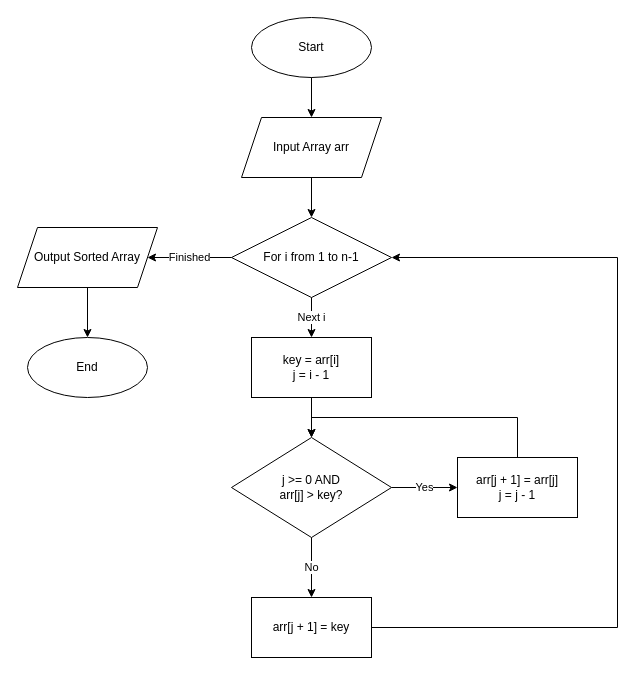
Above: drawio/InsertionSort.drawio in ustmd/sortylize (draw.io), before the change. Source tidied: cells renumbered, new cells numbered last; positions are measured from the earlier drawing's top-left corner, leaving out a move shared by most shapes. Both pictures are drawn from the tidied source at 100%, with x=0, y=0 at pixel (17, 17).
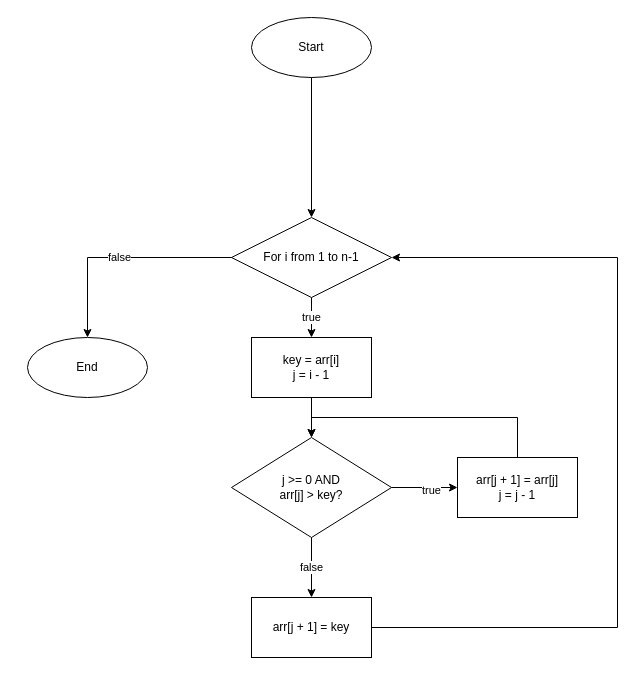
Above is the later version.

Unchanged cells that the change refers to:
```xml
<mxCell id="2" value="Start" style="ellipse;whiteSpace=wrap;html=1;" parent="1" vertex="1">
  <mxGeometry x="234" width="120" height="60" as="geometry" />
</mxCell>
<mxCell id="4" value="For i from 1 to n-1" style="rhombus;whiteSpace=wrap;html=1;" parent="1" vertex="1">
  <mxGeometry x="214" y="200" width="160" height="80" as="geometry" />
</mxCell>
<mxCell id="5" value="key = arr[i]&lt;br&gt;j = i - 1" style="rounded=0;whiteSpace=wrap;html=1;" parent="1" vertex="1">
  <mxGeometry x="234" y="320" width="120" height="60" as="geometry" />
</mxCell>
<mxCell id="6" value="j &gt;= 0 AND&lt;br&gt;arr[j] &gt; key?" style="rhombus;whiteSpace=wrap;html=1;" parent="1" vertex="1">
  <mxGeometry x="214" y="420" width="160" height="100" as="geometry" />
</mxCell>
<mxCell id="7" value="arr[j + 1] = arr[j]&lt;br&gt;j = j - 1" style="rounded=0;whiteSpace=wrap;html=1;" parent="1" vertex="1">
  <mxGeometry x="440" y="440" width="120" height="60" as="geometry" />
</mxCell>
<mxCell id="8" value="arr[j + 1] = key" style="rounded=0;whiteSpace=wrap;html=1;" parent="1" vertex="1">
  <mxGeometry x="234" y="580" width="120" height="60" as="geometry" />
</mxCell>
<mxCell id="10" value="End" style="ellipse;whiteSpace=wrap;html=1;" parent="1" vertex="1">
  <mxGeometry x="10" y="320" width="120" height="60" as="geometry" />
</mxCell>
```

What changed in the source:
```diff
@@
-    <mxCell id="3" value="Input Array arr" style="shape=parallelogram;perimeter=parallelogramPerimeter;whiteSpace=wrap;html=1;fixedSize=1;" parent="1" vertex="1">
-      <mxGeometry x="224" y="100" width="140" height="60" as="geometry" />
-    </mxCell>
@@
-    <mxCell id="9" value="Output Sorted Array" style="shape=parallelogram;perimeter=parallelogramPerimeter;whiteSpace=wrap;html=1;fixedSize=1;" parent="1" vertex="1">
-      <mxGeometry y="210" width="140" height="60" as="geometry" />
-    </mxCell>
@@
-    <mxCell id="11" style="edgeStyle=orthogonalEdgeStyle;rounded=0;jettySize=auto;html=1;" parent="1" edge="1" source="2" target="3">
-      <mxGeometry relative="1" as="geometry" />
-    </mxCell>
-    <mxCell id="12" style="edgeStyle=orthogonalEdgeStyle;rounded=0;jettySize=auto;html=1;" parent="1" edge="1" source="3" target="4">
+    <mxCell id="12" style="edgeStyle=orthogonalEdgeStyle;rounded=0;jettySize=auto;html=1;exitX=0.5;exitY=1;exitDx=0;exitDy=0;" parent="1" edge="1" source="2" target="4">
       <mxGeometry relative="1" as="geometry" />
     </mxCell>
-    <mxCell id="13" value="Next i" style="edgeStyle=orthogonalEdgeStyle;rounded=0;jettySize=auto;html=1;" parent="1" edge="1" source="4" target="5">
+    <mxCell id="13" value="true" style="edgeStyle=orthogonalEdgeStyle;rounded=0;jettySize=auto;html=1;" parent="1" edge="1" source="4" target="5">
       <mxGeometry relative="1" as="geometry" />
     </mxCell>
@@
-    <mxCell id="15" value="Yes" style="edgeStyle=orthogonalEdgeStyle;rounded=0;jettySize=auto;html=1;" parent="1" edge="1" source="6" target="7">
+    <mxCell id="15" style="edgeStyle=orthogonalEdgeStyle;rounded=0;jettySize=auto;html=1;" parent="1" edge="1" source="6" target="7">
       <mxGeometry relative="1" as="geometry" />
     </mxCell>
+    <mxCell id="21" value="true" style="edgeLabel;html=1;align=center;verticalAlign=middle;" parent="15" vertex="1">
+      <mxGeometry x="0.18" y="-2" relative="1" as="geometry" />
+    </mxCell>
@@
-    <mxCell id="17" value="No" style="edgeStyle=orthogonalEdgeStyle;rounded=0;jettySize=auto;html=1;" parent="1" edge="1" source="6" target="8">
+    <mxCell id="17" value="false" style="edgeStyle=orthogonalEdgeStyle;rounded=0;jettySize=auto;html=1;" parent="1" edge="1" source="6" target="8">
       <mxGeometry relative="1" as="geometry" />
     </mxCell>
@@
-    <mxCell id="19" value="Finished" style="edgeStyle=orthogonalEdgeStyle;rounded=0;jettySize=auto;html=1;" parent="1" edge="1" source="4" target="9">
+    <mxCell id="19" value="false" style="edgeStyle=orthogonalEdgeStyle;rounded=0;jettySize=auto;html=1;entryX=0.5;entryY=0;entryDx=0;entryDy=0;" parent="1" edge="1" source="4" target="10">
       <mxGeometry relative="1" as="geometry" />
     </mxCell>
-    <mxCell id="20" style="edgeStyle=orthogonalEdgeStyle;rounded=0;jettySize=auto;html=1;" parent="1" edge="1" source="9" target="10">
-      <mxGeometry relative="1" as="geometry" />
-    </mxCell>
```
